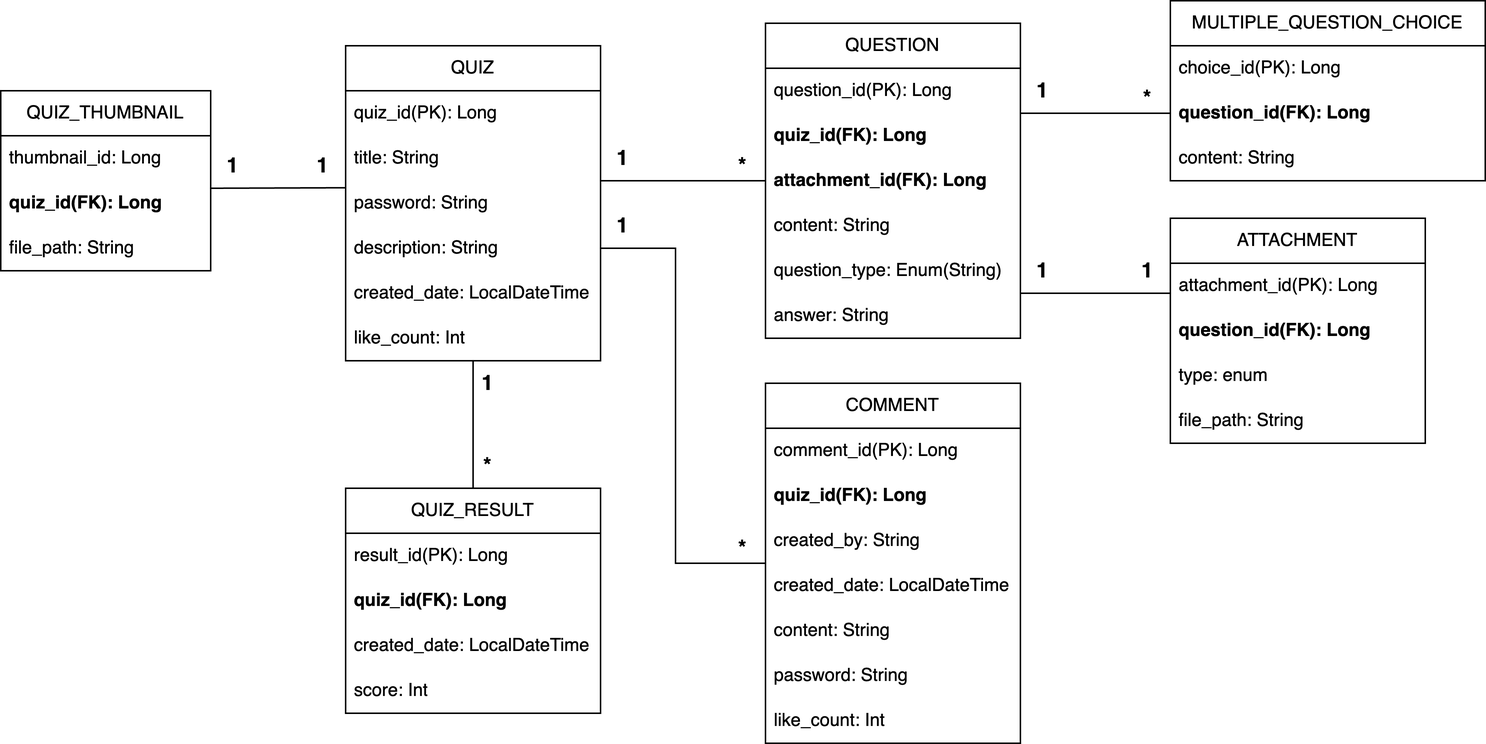
This is readme-img/harpseal_domain_model.png from mynameisjaehoon/harpseal-backend, a draw.io export, as it was before one commit. Source tidied: cells renumbered, new cells last; positions are measured from the earlier drawing's top-left corner, leaving out a move shared by most shapes.
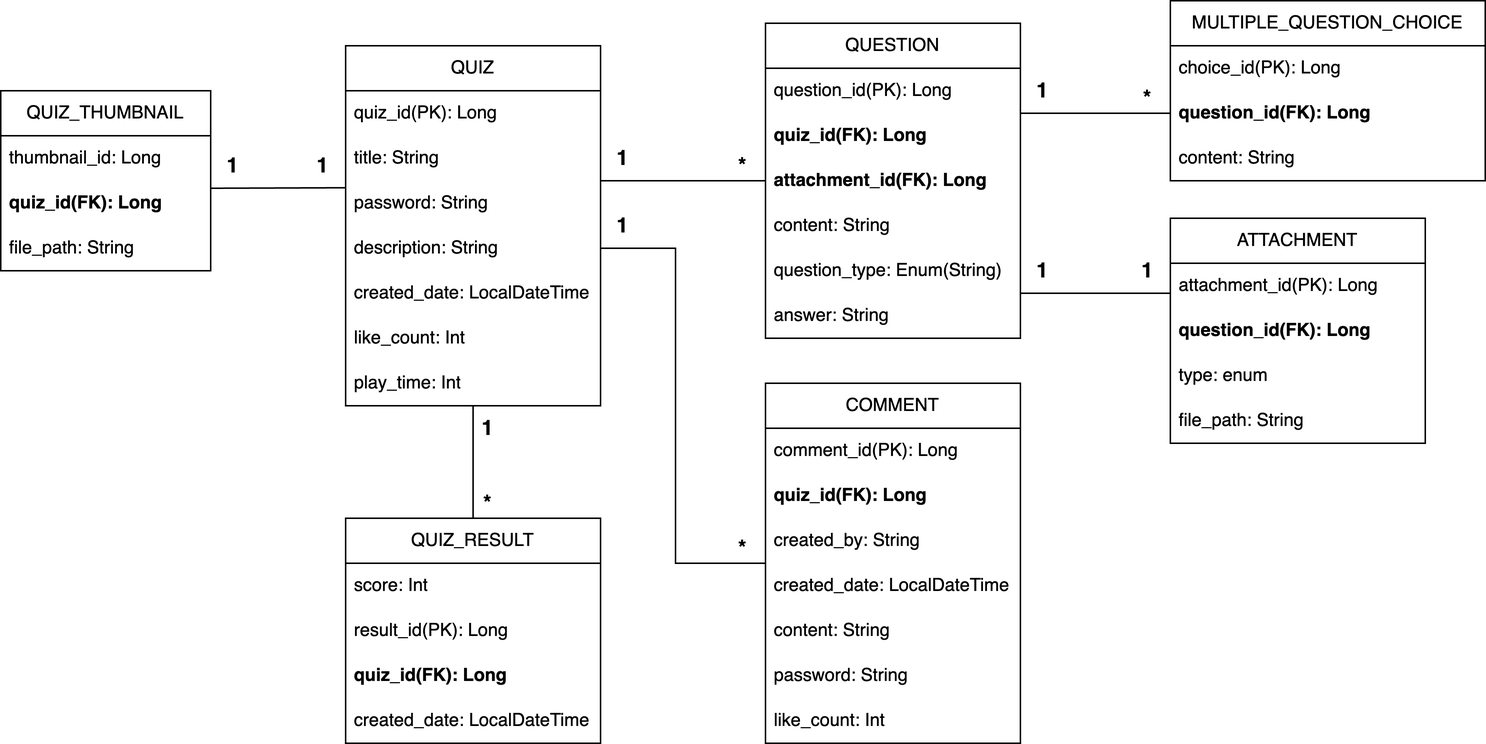
After the change.

The edit, as a diff of the source:
```diff
@@ -3,7 +3,7 @@
     <mxCell id="0" />
     <mxCell id="1" parent="0" />
     <mxCell id="2" value="QUIZ" style="swimlane;fontStyle=0;horizontal=1;startSize=30;whiteSpace=wrap;html=1;" parent="1" vertex="1">
-      <mxGeometry x="230" y="30" width="170" height="210" as="geometry" />
+      <mxGeometry x="230" y="30" width="170" height="240" as="geometry" />
     </mxCell>
     <mxCell id="3" value="quiz_id(PK): Long" style="text;strokeColor=none;fillColor=none;align=left;verticalAlign=middle;spacingLeft=4;spacingRight=4;overflow=hidden;whiteSpace=wrap;html=1;" parent="2" vertex="1">
       <mxGeometry y="30" width="170" height="30" as="geometry" />
@@ -23,6 +23,9 @@
     <mxCell id="8" value="like_count: Int" style="text;strokeColor=none;fillColor=none;align=left;verticalAlign=middle;spacingLeft=4;spacingRight=4;overflow=hidden;whiteSpace=wrap;html=1;" parent="2" vertex="1">
       <mxGeometry y="180" width="170" height="30" as="geometry" />
     </mxCell>
+    <mxCell id="60" value="play_time: Int" style="text;strokeColor=none;fillColor=none;align=left;verticalAlign=middle;spacingLeft=4;spacingRight=4;overflow=hidden;whiteSpace=wrap;html=1;" parent="2" vertex="1">
+      <mxGeometry y="210" width="170" height="30" as="geometry" />
+    </mxCell>
     <mxCell id="9" value="QUESTION" style="swimlane;fontStyle=0;horizontal=1;startSize=30;whiteSpace=wrap;html=1;" parent="1" vertex="1">
       <mxGeometry x="510" y="15" width="170" height="210" as="geometry" />
     </mxCell>
@@ -105,29 +108,20 @@
       <mxGeometry y="210" width="170" height="30" as="geometry" />
     </mxCell>
     <mxCell id="36" value="QUIZ_RESULT" style="swimlane;fontStyle=0;horizontal=1;startSize=30;whiteSpace=wrap;html=1;" parent="1" vertex="1">
-      <mxGeometry x="230" y="325" width="170" height="150" as="geometry" />
+      <mxGeometry x="230" y="345" width="170" height="150" as="geometry" />
     </mxCell>
+    <mxCell id="40" value="score: Int" style="text;strokeColor=none;fillColor=none;align=left;verticalAlign=middle;spacingLeft=4;spacingRight=4;overflow=hidden;whiteSpace=wrap;html=1;" parent="36" vertex="1">
+      <mxGeometry y="30" width="170" height="30" as="geometry" />
+    </mxCell>
     <mxCell id="37" value="result_id(PK): Long" style="text;strokeColor=none;fillColor=none;align=left;verticalAlign=middle;spacingLeft=4;spacingRight=4;overflow=hidden;whiteSpace=wrap;html=1;" parent="36" vertex="1">
-      <mxGeometry y="30" width="170" height="30" as="geometry" />
+      <mxGeometry y="60" width="170" height="30" as="geometry" />
     </mxCell>
     <mxCell id="38" value="&lt;b&gt;quiz_id(FK): Long&lt;/b&gt;" style="text;strokeColor=none;fillColor=none;align=left;verticalAlign=middle;spacingLeft=4;spacingRight=4;overflow=hidden;whiteSpace=wrap;html=1;" parent="36" vertex="1">
-      <mxGeometry y="60" width="170" height="30" as="geometry" />
+      <mxGeometry y="90" width="170" height="30" as="geometry" />
     </mxCell>
     <mxCell id="39" value="created_date: LocalDateTime" style="text;strokeColor=none;fillColor=none;align=left;verticalAlign=middle;spacingLeft=4;spacingRight=4;overflow=hidden;whiteSpace=wrap;html=1;" parent="36" vertex="1">
-      <mxGeometry y="90" width="170" height="30" as="geometry" />
+      <mxGeometry y="120" width="170" height="30" as="geometry" />
     </mxCell>
-    <mxCell id="40" value="score: Int" style="text;strokeColor=none;fillColor=none;align=left;verticalAlign=middle;spacingLeft=4;spacingRight=4;overflow=hidden;whiteSpace=wrap;html=1;" parent="36" vertex="1">
-      <mxGeometry y="120" width="170" height="30" as="geometry" />
-    </mxCell>
-    <mxCell id="41" style="endArrow=none;html=1;rounded=0;endFill=0;startArrow=none;startFill=0;" parent="1" edge="1" source="2" target="36">
-      <mxGeometry relative="1" as="geometry" />
-    </mxCell>
-    <mxCell id="42" value="1" style="text;html=1;strokeColor=none;fillColor=none;align=center;verticalAlign=middle;whiteSpace=wrap;rounded=0;fontSize=14;fontStyle=1;" parent="1" vertex="1">
-      <mxGeometry x="310" y="240" width="30" height="30" as="geometry" />
-    </mxCell>
-    <mxCell id="43" value="*" style="text;html=1;strokeColor=none;fillColor=none;align=center;verticalAlign=middle;whiteSpace=wrap;rounded=0;fontSize=14;fontStyle=1;" parent="1" vertex="1">
-      <mxGeometry x="310" y="295" width="30" height="30" as="geometry" />
-    </mxCell>
     <mxCell id="44" style="endArrow=none;html=1;rounded=0;" parent="1" edge="1" target="28">
       <mxGeometry relative="1" as="geometry">
         <mxPoint x="400" y="165" as="sourcePoint" />
@@ -192,5 +186,16 @@
     <mxCell id="59" value="1" style="text;html=1;strokeColor=none;fillColor=none;align=center;verticalAlign=middle;whiteSpace=wrap;rounded=0;fontSize=14;fontStyle=1;" parent="1" vertex="1">
       <mxGeometry x="200" y="99.7" width="30" height="20" as="geometry" />
     </mxCell>
+    <mxCell id="41" style="endArrow=none;html=1;rounded=0;endFill=0;startArrow=none;startFill=0;" parent="1" edge="1" source="2">
+      <mxGeometry relative="1" as="geometry">
+        <mxPoint x="315" y="345" as="targetPoint" />
+      </mxGeometry>
+    </mxCell>
+    <mxCell id="42" value="1" style="text;html=1;strokeColor=none;fillColor=none;align=center;verticalAlign=middle;whiteSpace=wrap;rounded=0;fontSize=14;fontStyle=1;" parent="1" vertex="1">
+      <mxGeometry x="310" y="270" width="30" height="30" as="geometry" />
+    </mxCell>
+    <mxCell id="43" value="*" style="text;html=1;strokeColor=none;fillColor=none;align=center;verticalAlign=middle;whiteSpace=wrap;rounded=0;fontSize=14;fontStyle=1;" parent="1" vertex="1">
+      <mxGeometry x="310" y="325" width="30" height="20" as="geometry" />
+    </mxCell>
   </root>
 </mxGraphModel>
```
